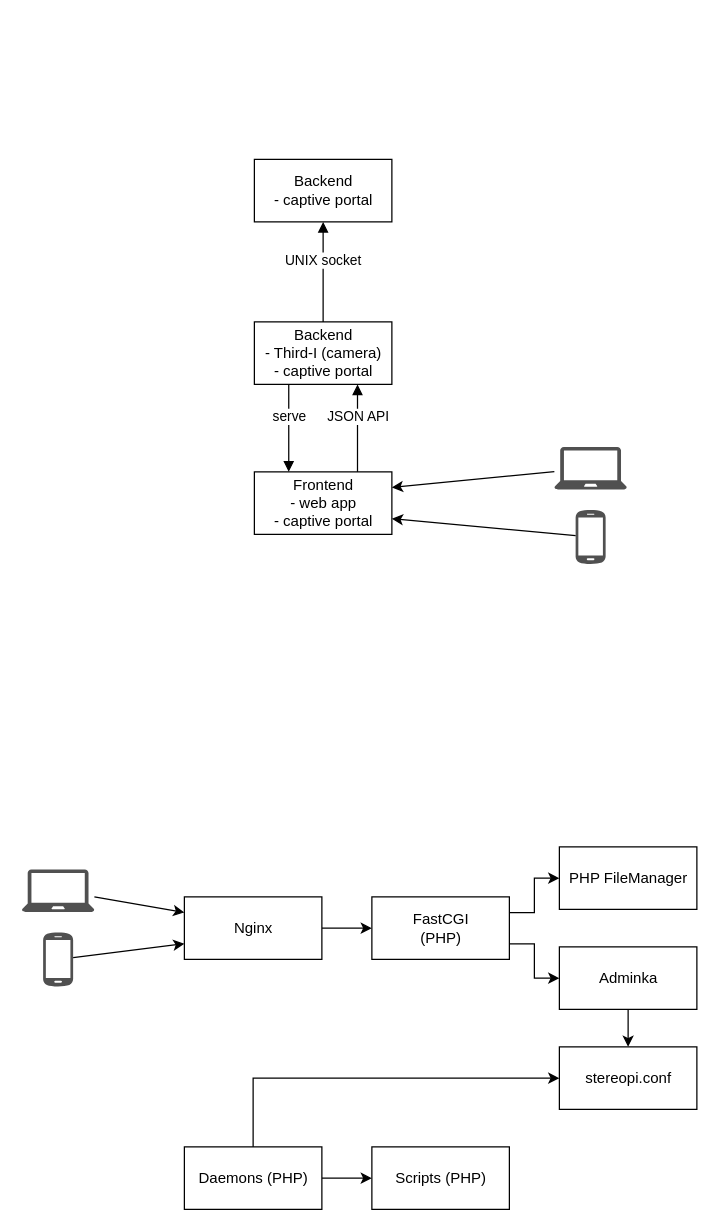
This is BigBoySystem-Third-I.drawio from BigBoySystems/third-i-install, a draw.io file, before an edit. Source tidied: cells renumbered, new cells numbered last; positions are measured from the earlier drawing's top-left corner, leaving out a move shared by most shapes. Both pictures are drawn from the tidied source at 125%, with x=0, y=0 at pixel (21, 159).
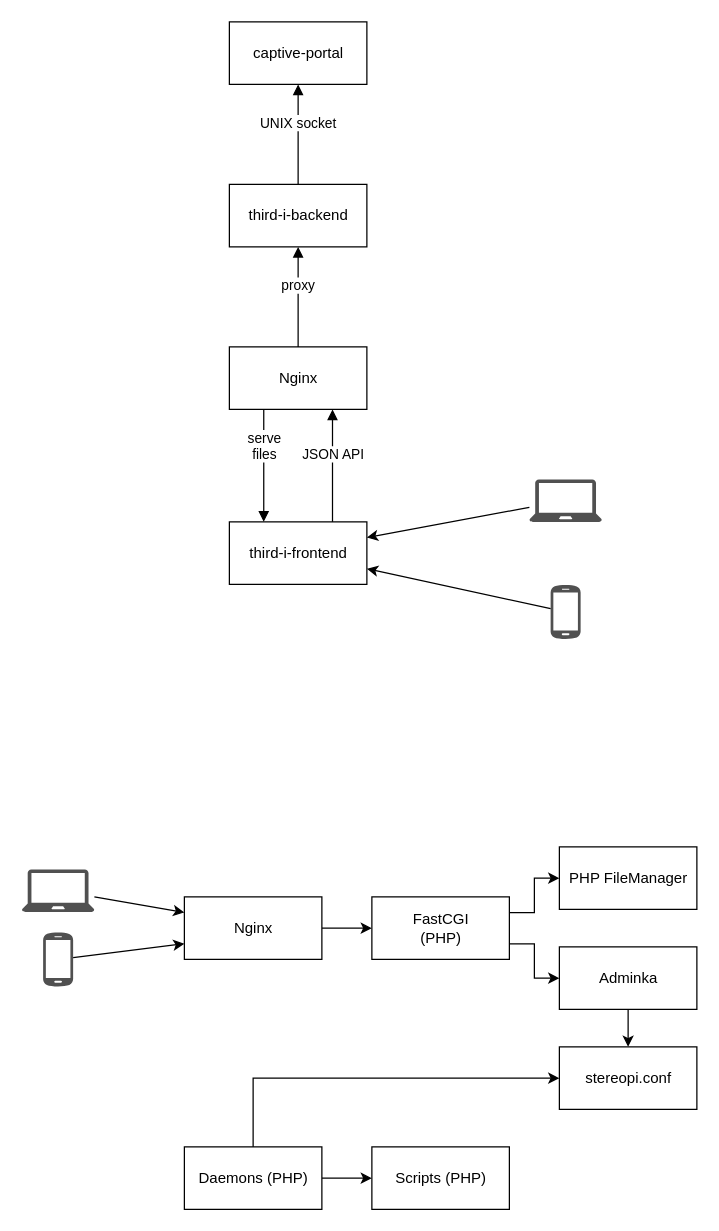
After the change.

Diff of the diagram source:
```diff
@@
-    <mxCell id="2" value="Frontend&lt;br&gt;- web app&lt;br&gt;- captive portal" style="html=1;" parent="1" vertex="1">
-      <mxGeometry x="186" y="250" width="110" height="50" as="geometry" />
+    <mxCell id="2" value="third-i-frontend" style="html=1;" parent="1" vertex="1">
+      <mxGeometry x="166" y="290" width="110" height="50" as="geometry" />
     </mxCell>
-    <mxCell id="3" value="Backend&lt;br&gt;- captive portal" style="html=1;" parent="1" vertex="1">
-      <mxGeometry x="186" width="110" height="50" as="geometry" />
+    <mxCell id="3" value="captive-portal" style="html=1;" parent="1" vertex="1">
+      <mxGeometry x="166" y="-110" width="110" height="50" as="geometry" />
     </mxCell>
-    <mxCell id="4" value="&lt;div&gt;Backend&lt;/div&gt;&lt;div&gt;- Third-I (camera)&lt;/div&gt;&lt;div&gt;- captive portal&lt;br&gt;&lt;/div&gt;" style="html=1;" parent="1" vertex="1">
-      <mxGeometry x="186" y="130" width="110" height="50" as="geometry" />
+    <mxCell id="4" value="&lt;div&gt;third-i-backend&lt;/div&gt;" style="html=1;" parent="1" vertex="1">
+      <mxGeometry x="166" y="20" width="110" height="50" as="geometry" />
     </mxCell>
@@
-    <mxCell id="6" value="serve" style="html=1;verticalAlign=bottom;endArrow=block;exitX=0.25;exitY=1;exitDx=0;exitDy=0;entryX=0.25;entryY=0;entryDx=0;entryDy=0;" parent="1" edge="1" source="4" target="2">
+    <mxCell id="6" value="&lt;div&gt;serve&lt;br&gt;files&lt;br&gt;&lt;/div&gt;" style="html=1;verticalAlign=bottom;endArrow=block;entryX=0.25;entryY=0;entryDx=0;entryDy=0;exitX=0.25;exitY=1;exitDx=0;exitDy=0;" parent="1" edge="1" source="29" target="2">
       <mxGeometry relative="1" as="geometry" />
     </mxCell>
-    <mxCell id="7" value="JSON API" style="html=1;verticalAlign=bottom;endArrow=block;entryX=0.75;entryY=1;entryDx=0;entryDy=0;exitX=0.75;exitY=0;exitDx=0;exitDy=0;" parent="1" edge="1" source="2" target="4">
+    <mxCell id="7" value="JSON API" style="html=1;verticalAlign=bottom;endArrow=block;exitX=0.75;exitY=0;exitDx=0;exitDy=0;entryX=0.75;entryY=1;entryDx=0;entryDy=0;" parent="1" edge="1" source="2" target="29">
       <mxGeometry relative="1" as="geometry" />
     </mxCell>
     <mxCell id="8" style="shadow=0;dashed=0;html=1;strokeColor=none;fillColor=#505050;labelPosition=center;verticalLabelPosition=bottom;verticalAlign=top;outlineConnect=0;align=center;shape=mxgraph.office.devices.cell_phone_android_standalone;" parent="1" vertex="1">
-      <mxGeometry x="443" y="280" width="24" height="44" as="geometry" />
+      <mxGeometry x="423" y="340" width="24" height="44" as="geometry" />
     </mxCell>
     <mxCell id="9" style="shadow=0;dashed=0;html=1;strokeColor=none;fillColor=#505050;labelPosition=center;verticalLabelPosition=bottom;verticalAlign=top;outlineConnect=0;align=center;shape=mxgraph.office.devices.laptop;" parent="1" vertex="1">
-      <mxGeometry x="426" y="230" width="58" height="34" as="geometry" />
+      <mxGeometry x="406" y="256" width="58" height="34" as="geometry" />
     </mxCell>
@@
+    <mxCell id="29" value="Nginx" style="html=1;" parent="1" vertex="1">
+      <mxGeometry x="166" y="150" width="110" height="50" as="geometry" />
+    </mxCell>
+    <mxCell id="30" value="proxy" style="html=1;verticalAlign=bottom;endArrow=block;exitX=0.5;exitY=0;exitDx=0;exitDy=0;entryX=0.5;entryY=1;entryDx=0;entryDy=0;" parent="1" edge="1" source="29" target="4">
+      <mxGeometry relative="1" as="geometry" />
+    </mxCell>
```
